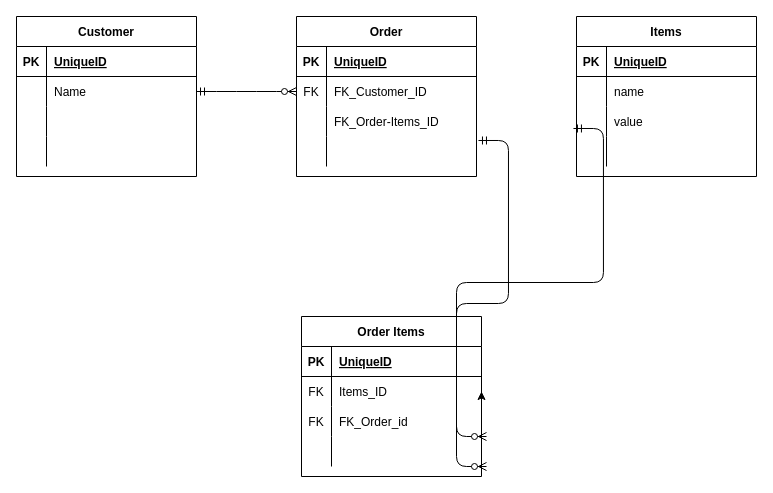
The draw.io diagram IMS ERD.drawio in Don-Uherka/InfosysIMS, before the edit. Source tidied: cells renumbered, new cells numbered last; positions are measured from the earlier drawing's top-left corner, leaving out a move shared by most shapes. Both pictures are drawn from the tidied source at 100%, with x=0, y=0 at pixel (16, 16).
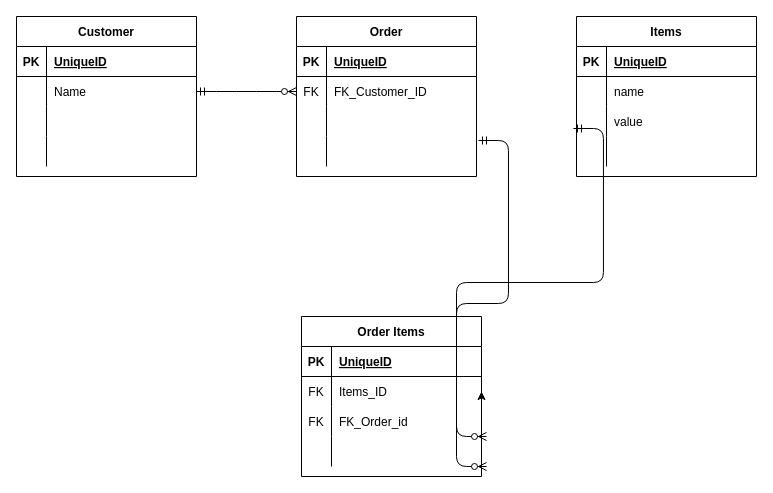
The same diagram, later.

Commit message (it also covers changes not shown here):
DU: I finished the Order controller and the order DAO and started the OrderItems class

Unchanged cells that the change refers to:
```xml
<mxCell id="35" style="shape=partialRectangle;fillColor=none;top=0;left=0;bottom=0;right=0;" parent="28" vertex="1">
  <mxGeometry y="90" width="180" height="30" as="geometry" />
</mxCell>
```

The edit, as a diff of the source:
```diff
@@
-    <mxCell id="37" value="FK_Order-Items_ID" style="shape=partialRectangle;fillColor=none;top=0;left=0;bottom=0;right=0;align=left;spacingLeft=6;overflow=hidden;" parent="35" vertex="1">
+    <mxCell id="37" style="shape=partialRectangle;fillColor=none;top=0;left=0;bottom=0;right=0;align=left;spacingLeft=6;overflow=hidden;" parent="35" vertex="1">
       <mxGeometry x="30" width="150" height="30" as="geometry" />
     </mxCell>
```
